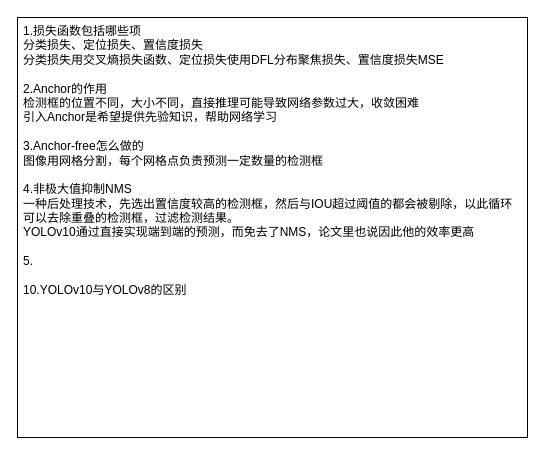
Earlier version of the draw.io diagram CV八股.drawio (limpid-11/drawio). Source tidied: cells renumbered, new cells numbered last; positions are measured from the earlier drawing's top-left corner, leaving out a move shared by most shapes. Both pictures are drawn from the tidied source at 100%, with x=0, y=0 at pixel (17, 17).
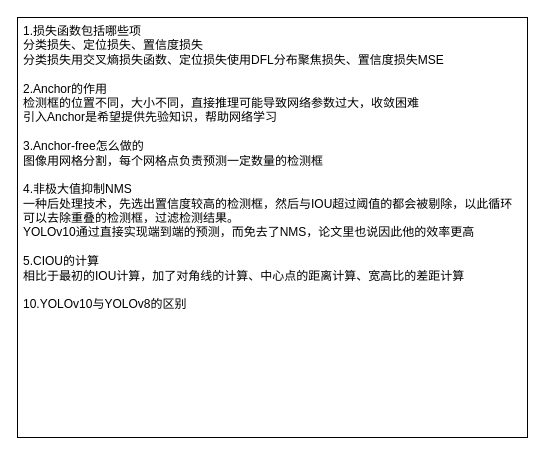
The same page after the edit.

What changed in the source:
```diff
@@
 <mxGraphModel>
   <root>
     <mxCell id="0" />
     <mxCell id="1" parent="0" />
-    <mxCell id="2" value="&lt;div&gt;1.损失函数包括哪些项&lt;/div&gt;&lt;div&gt;分类损失、定位损失、置信度损失&lt;/div&gt;&lt;div&gt;分类损失用交叉熵损失函数、定位损失使用DFL分布聚焦损失、置信度损失MSE&lt;/div&gt;&lt;div&gt;&lt;br&gt;&lt;/div&gt;&lt;div&gt;2.Anchor的作用&lt;/div&gt;&lt;div&gt;检测框的位置不同，大小不同，直接推理可能导致网络参数过大，收敛困难&lt;/div&gt;&lt;div&gt;引入Anchor是希望提供先验知识，帮助网络学习&lt;/div&gt;&lt;div&gt;&lt;br&gt;&lt;/div&gt;&lt;div&gt;3.Anchor-free怎么做的&lt;/div&gt;&lt;div&gt;图像用网格分割，每个网格点负责预测一定数量的检测框&lt;/div&gt;&lt;div&gt;&lt;br&gt;&lt;/div&gt;&lt;div&gt;4.非极大值抑制NMS&lt;/div&gt;&lt;div&gt;一种后处理技术，先选出置信度较高的检测框，然后与IOU超过阈值的都会被剔除，以此循环&lt;/div&gt;&lt;div&gt;可以去除重叠的检测框，过滤检测结果。&lt;/div&gt;&lt;div&gt;YOLOv10通过直接实现端到端的预测，而免去了NMS，论文里也说因此他的效率更高&lt;/div&gt;&lt;div&gt;&lt;br&gt;&lt;/div&gt;&lt;div&gt;5.&lt;/div&gt;&lt;div&gt;&lt;br&gt;&lt;/div&gt;&lt;div&gt;10.YOLOv10与YOLOv8的区别&lt;/div&gt;&lt;div&gt;&lt;br&gt;&lt;/div&gt;&lt;div&gt;&lt;br&gt;&lt;/div&gt;" style="rounded=0;whiteSpace=wrap;html=1;align=left;verticalAlign=top;spacingLeft=4;" parent="1" vertex="1">
+    <mxCell id="2" value="&lt;div&gt;1.损失函数包括哪些项&lt;/div&gt;&lt;div&gt;分类损失、定位损失、置信度损失&lt;/div&gt;&lt;div&gt;分类损失用交叉熵损失函数、定位损失使用DFL分布聚焦损失、置信度损失MSE&lt;/div&gt;&lt;div&gt;&lt;br&gt;&lt;/div&gt;&lt;div&gt;2.Anchor的作用&lt;/div&gt;&lt;div&gt;检测框的位置不同，大小不同，直接推理可能导致网络参数过大，收敛困难&lt;/div&gt;&lt;div&gt;引入Anchor是希望提供先验知识，帮助网络学习&lt;/div&gt;&lt;div&gt;&lt;br&gt;&lt;/div&gt;&lt;div&gt;3.Anchor-free怎么做的&lt;/div&gt;&lt;div&gt;图像用网格分割，每个网格点负责预测一定数量的检测框&lt;/div&gt;&lt;div&gt;&lt;br&gt;&lt;/div&gt;&lt;div&gt;4.非极大值抑制NMS&lt;/div&gt;&lt;div&gt;一种后处理技术，先选出置信度较高的检测框，然后与IOU超过阈值的都会被剔除，以此循环&lt;/div&gt;&lt;div&gt;可以去除重叠的检测框，过滤检测结果。&lt;/div&gt;&lt;div&gt;YOLOv10通过直接实现端到端的预测，而免去了NMS，论文里也说因此他的效率更高&lt;/div&gt;&lt;div&gt;&lt;br&gt;&lt;/div&gt;&lt;div&gt;5.CIOU的计算&lt;/div&gt;&lt;div&gt;相比于最初的IOU计算，加了对角线的计算、中心点的距离计算、宽高比的差距计算&lt;/div&gt;&lt;div&gt;&lt;br&gt;&lt;/div&gt;&lt;div&gt;10.YOLOv10与YOLOv8的区别&lt;/div&gt;&lt;div&gt;&lt;br&gt;&lt;/div&gt;&lt;div&gt;&lt;br&gt;&lt;/div&gt;" style="rounded=0;whiteSpace=wrap;html=1;align=left;verticalAlign=top;spacingLeft=4;" parent="1" vertex="1">
       <mxGeometry width="510" height="420" as="geometry" />
     </mxCell>
   </root>
 </mxGraphModel>
```
